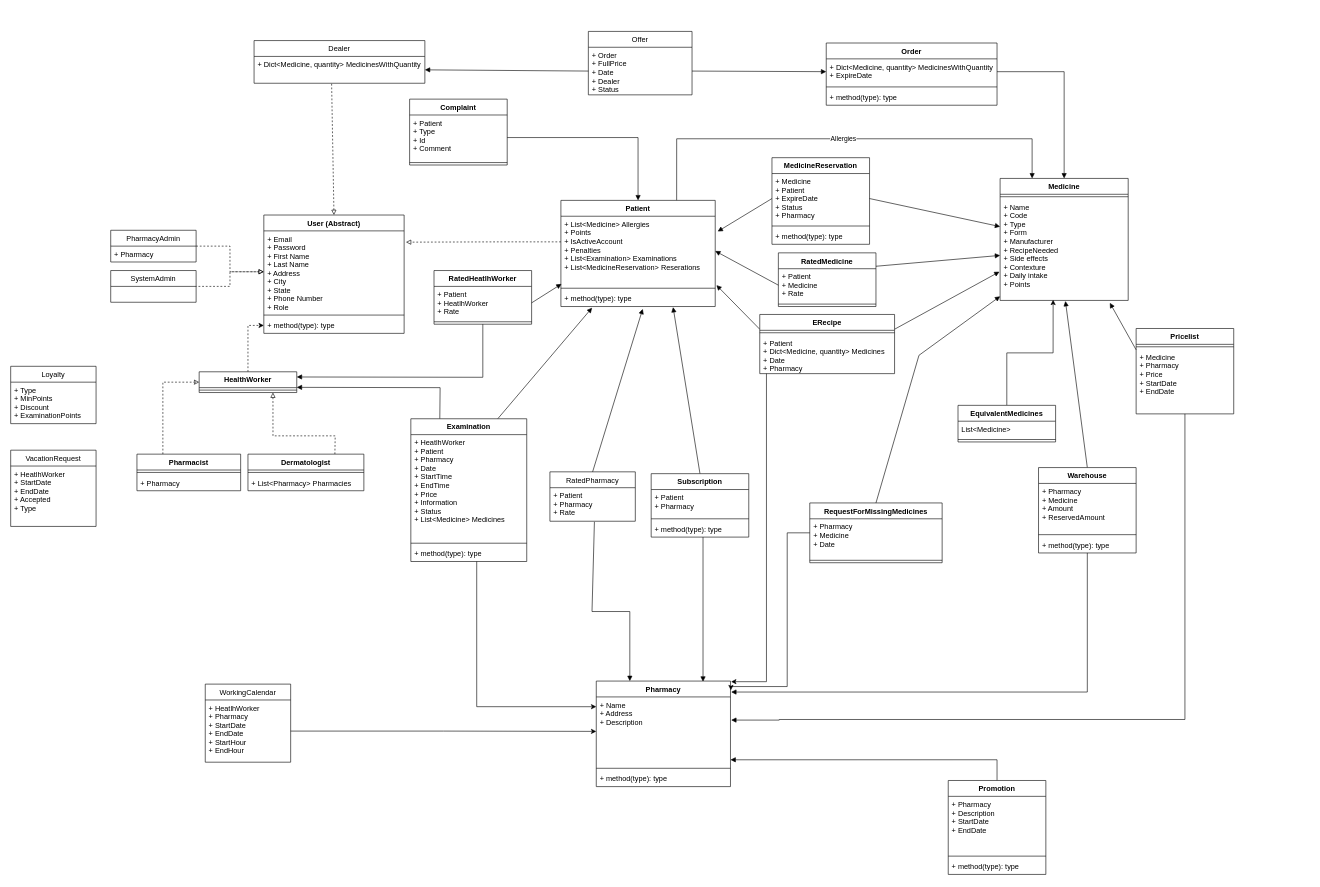
One-E2-Team/ISA keeps this draw.io diagram as code-design/class-diagram-model.drawio. Above is the earlier version. Source tidied: cells renumbered, new cells numbered last; positions are measured from the earlier drawing's top-left corner, leaving out a move shared by most shapes. Both pictures are drawn from the tidied source at 61%, with x=0, y=0 at pixel (10, 31).
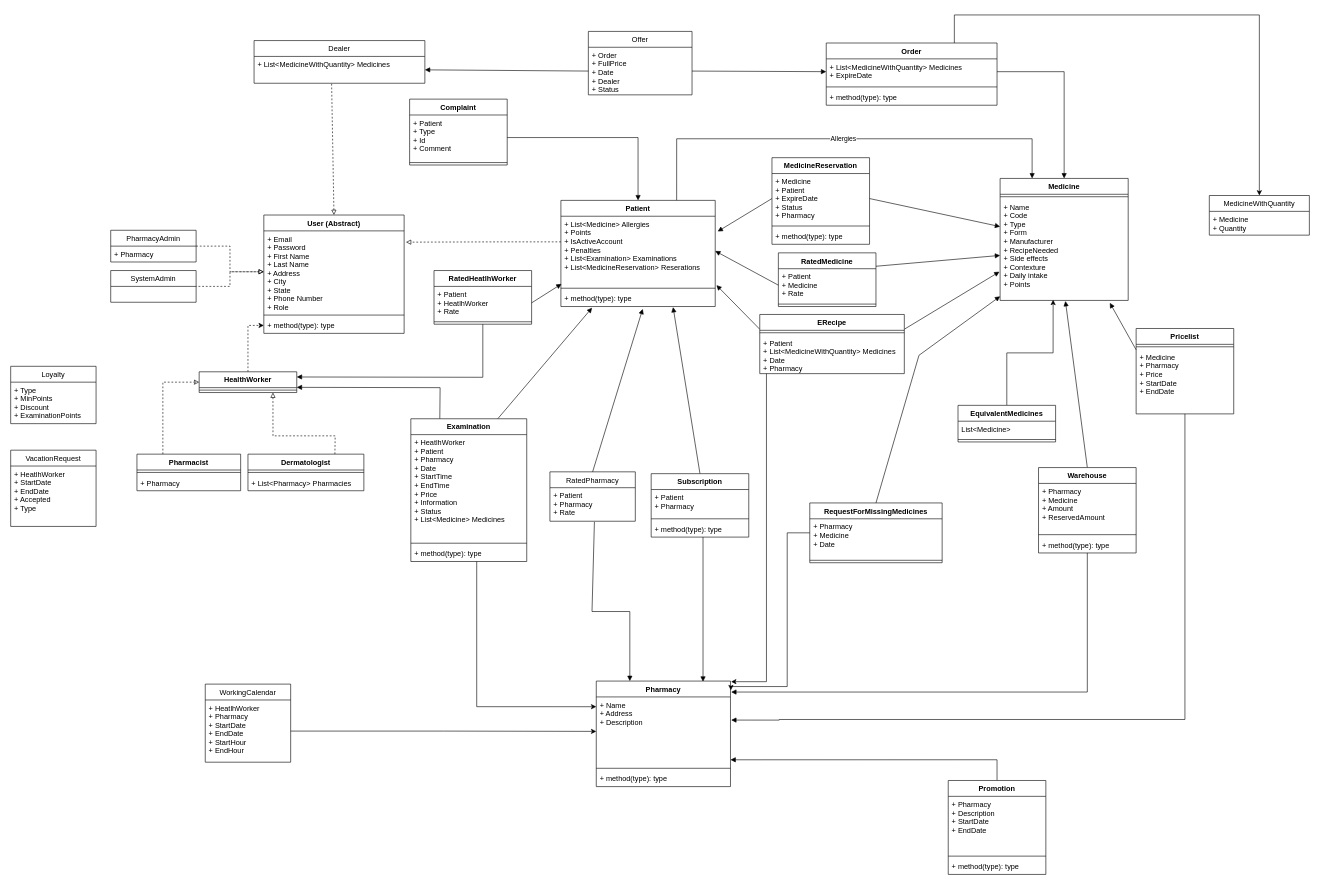
Above is the later version.

Commit message:
Created new entity instead of using map

Unchanged cells that the change refers to:
```xml
<mxCell id="63" value="Order" style="swimlane;fontStyle=1;align=center;verticalAlign=top;horizontal=1;startSize=26;" parent="1" vertex="1">
  <mxGeometry x="1337" y="19" width="280" height="102" as="geometry" />
</mxCell>
<mxCell id="67" value="Dealer" style="swimlane;fontStyle=0;horizontal=1;startSize=26;fillColor=none;" parent="1" vertex="1">
  <mxGeometry x="399" y="15" width="280" height="70" as="geometry" />
</mxCell>
```

What changed in the source:
```diff
@@
     <mxCell id="45" value="ERecipe" style="swimlane;fontStyle=1;align=center;verticalAlign=top;horizontal=1;startSize=26;" parent="1" vertex="1">
-      <mxGeometry x="1228" y="464" width="221" height="97" as="geometry" />
+      <mxGeometry x="1228" y="464" width="237" height="97" as="geometry" />
     </mxCell>
     <mxCell id="46" style="line;strokeWidth=1;fillColor=none;align=left;verticalAlign=middle;spacingTop=-1;spacingLeft=3;spacingRight=3;labelPosition=right;" parent="45" vertex="1">
-      <mxGeometry y="26" width="221" height="8" as="geometry" />
+      <mxGeometry y="26" width="237" height="8" as="geometry" />
     </mxCell>
-    <mxCell id="47" value="+ Patient&#10;+ Dict&lt;Medicine, quantity&gt; Medicines&#10;+ Date&#10;+ Pharmacy" style="text;strokeColor=none;fillColor=none;align=left;verticalAlign=top;spacingLeft=4;spacingRight=4;overflow=hidden;" parent="45" vertex="1">
-      <mxGeometry y="34" width="221" height="63" as="geometry" />
+    <mxCell id="47" value="+ Patient&#10;+ List&lt;MedicineWithQuantity&gt; Medicines&#10;+ Date&#10;+ Pharmacy" style="text;strokeColor=none;fillColor=none;align=left;verticalAlign=top;spacingLeft=4;spacingRight=4;overflow=hidden;" parent="45" vertex="1">
+      <mxGeometry y="34" width="237" height="63" as="geometry" />
     </mxCell>
@@
+    <mxCell id="122" style="edgeStyle=orthogonalEdgeStyle;rounded=0;jettySize=auto;html=1;entryX=0.5;entryY=0;entryDx=0;entryDy=0;exitX=0.75;exitY=0;exitDx=0;exitDy=0;" parent="1" edge="1" source="63" target="123">
+      <mxGeometry relative="1" as="geometry">
+        <Array as="points">
+          <mxPoint x="1547" y="-27" />
+          <mxPoint x="2047" y="-27" />
+        </Array>
+      </mxGeometry>
+    </mxCell>
@@
-    <mxCell id="64" value="+ Dict&lt;Medicine, quantity&gt; MedicinesWithQuantity&#10;+ ExpireDate" style="text;strokeColor=none;fillColor=none;align=left;verticalAlign=top;spacingLeft=4;spacingRight=4;overflow=hidden;points=[[0,0.5],[1,0.5]];portConstraint=eastwest;" parent="63" vertex="1">
+    <mxCell id="64" value="+ List&lt;MedicineWithQuantity&gt; Medicines&#10;+ ExpireDate" style="text;strokeColor=none;fillColor=none;align=left;verticalAlign=top;spacingLeft=4;spacingRight=4;overflow=hidden;points=[[0,0.5],[1,0.5]];portConstraint=eastwest;" parent="63" vertex="1">
       <mxGeometry y="26" width="280" height="42" as="geometry" />
     </mxCell>
@@
-    <mxCell id="68" value="+ Dict&lt;Medicine, quantity&gt; MedicinesWithQuantity" style="text;strokeColor=none;fillColor=none;align=left;verticalAlign=top;spacingLeft=4;spacingRight=4;overflow=hidden;points=[[0,0.5],[1,0.5]];portConstraint=eastwest;" parent="67" vertex="1">
+    <mxCell id="68" value="+ List&lt;MedicineWithQuantity&gt; Medicines" style="text;strokeColor=none;fillColor=none;align=left;verticalAlign=top;spacingLeft=4;spacingRight=4;overflow=hidden;points=[[0,0.5],[1,0.5]];portConstraint=eastwest;" parent="67" vertex="1">
       <mxGeometry y="26" width="280" height="44" as="geometry" />
     </mxCell>
@@
+    <mxCell id="123" value="MedicineWithQuantity" style="swimlane;fontStyle=0;horizontal=1;startSize=26;fillColor=none;" parent="1" vertex="1">
+      <mxGeometry x="1965" y="269" width="164" height="65" as="geometry" />
+    </mxCell>
+    <mxCell id="124" value="+ Medicine&#10;+ Quantity" style="text;strokeColor=none;fillColor=none;align=left;verticalAlign=top;spacingLeft=4;spacingRight=4;overflow=hidden;" parent="123" vertex="1">
+      <mxGeometry y="26" width="164" height="39" as="geometry" />
+    </mxCell>
```
